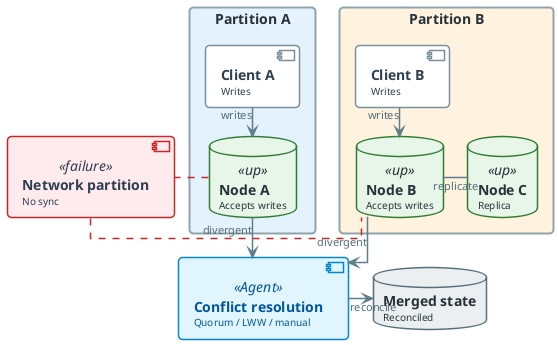
The PlantUML diagram diagrams/week02/week2_lecture_slide45_failure_partition.png in OrPerets/data-engineering-course, before a commit.
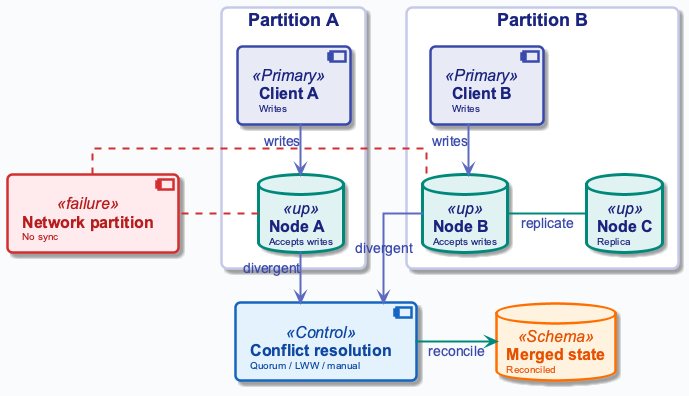
After the change.

What changed in the source:
```diff
@@ -1,150 +1,33 @@
 @startuml
+!include ../_template_styles.puml
+top to bottom direction
 
-top to bottom direction
-skinparam linetype ortho
-skinparam shadowing false
-skinparam roundcorner 8
-skinparam handwritten false
-skinparam nodesep 24
-skinparam ranksep 28
-
-skinparam defaultFontName "Segoe UI, Helvetica, sans-serif"
-skinparam defaultFontSize 16
-skinparam defaultFontColor #2C3E50
-
-skinparam rectangle {
-    BackgroundColor #F8F9FA
-    BorderColor #90A4AE
-    BorderThickness 2
-    FontColor #263238
-    FontSize 14
-    FontStyle bold
-    Padding 20
+rectangle "**Partition A**" #FFFFFF {
+    component "**Client A**\n<size:10>Writes</size>" as CA <<Primary>>
+    database "**Node A**\n<size:10>Accepts writes</size>" as NA <<up>>
+    CA -down[#5C6BC0,thickness=2]-> NA : <color:#3949AB>writes</color>
 }
 
-skinparam component {
-    BackgroundColor #FFFFFF
-    BorderColor #78909C
-    BorderThickness 1.5
-    FontSize 14
-    Padding 12
-}
-
-skinparam database {
-    BackgroundColor #ECEFF1
-    BorderColor #546E7A
-    BorderThickness 1.5
-    FontSize 14
-    FontColor #263238
-}
-
-skinparam arrow {
-    Color #607D8B
-    Thickness 1.5
-    FontSize 11
-    FontColor #546E7A
-}
-
-skinparam component<<UI>> {
-    BorderColor #8E24AA
-    BackgroundColor #F3E5F5
-    FontColor #4A148C
-}
-
-skinparam component<<Agent>> {
-    BorderColor #0288D1
-    BackgroundColor #E1F5FE
-    FontColor #01579B
-}
-
-skinparam component<<Tool>> {
-    BorderColor #2E7D32
-    BackgroundColor #E8F5E9
-    FontColor #1B5E20
-}
-
-skinparam component<<Config>> {
-    BorderColor #F57C00
-    BackgroundColor #FFF3E0
-    FontColor #E65100
-}
-
-skinparam component<<Bad>> {
-    BorderColor #C62828
-    BackgroundColor #FFEBEE
-    FontColor #B71C1C
-}
-
-skinparam component<<V1>> {
-    BorderColor #F57C00
-    BackgroundColor #FFF3E0
-    FontColor #E65100
-}
-
-skinparam component<<V2>> {
-    BorderColor #2E7D32
-    BackgroundColor #E8F5E9
-    FontColor #1B5E20
-}
-
-skinparam component<<up>> {
-    BackgroundColor #E8F5E9
-    BorderColor #2E7D32
-}
-
-skinparam component<<down>> {
-    BackgroundColor #FFEBEE
-    BorderColor #C62828
-}
-
-skinparam database<<up>> {
-    BackgroundColor #E8F5E9
-    BorderColor #2E7D32
-}
-
-skinparam database<<down>> {
-    BackgroundColor #FFEBEE
-    BorderColor #C62828
-}
-
-skinparam component<<success>> {
-    BackgroundColor #E8F5E9
-    BorderColor #2E7D32
-}
-
-skinparam component<<failure>> {
-    BackgroundColor #FFEBEE
-    BorderColor #C62828
-}
-
-
-
-rectangle "**Partition A**" #E3F2FD {
-    component "**Client A**\n<size:10>Writes</size>" as CA
-    database "**Node A**\n<size:10>Accepts writes</size>" as NA <<up>>
-    CA -down-> NA : "writes"
-}
-
-rectangle "**Partition B**" #FFF3E0 {
-    component "**Client B**\n<size:10>Writes</size>" as CB
+rectangle "**Partition B**" #FFFFFF {
+    component "**Client B**\n<size:10>Writes</size>" as CB <<Primary>>
     database "**Node B**\n<size:10>Accepts writes</size>" as NB <<up>>
     database "**Node C**\n<size:10>Replica</size>" as NC <<up>>
-    CB -down-> NB : "writes"
-    NB -right- NC : "replicate"
+    CB -down[#5C6BC0,thickness=2]-> NB : <color:#3949AB>writes</color>
+    NB -right[#00897B,thickness=2]- NC : <color:#3949AB>replicate</color>
 }
 
 component "**Network partition**\n<size:10>No sync</size>" as PART <<failure>>
 
 together {
-    component "**Conflict resolution**\n<size:10>Quorum / LWW / manual</size>" as RESOLVE <<Agent>>
-    database "**Merged state**\n<size:10>Reconciled</size>" as MERGED
+    component "**Conflict resolution**\n<size:10>Quorum / LWW / manual</size>" as RESOLVE <<Control>>
+    database "**Merged state**\n<size:10>Reconciled</size>" as MERGED <<Schema>>
 }
 
-NA -[#C62828]right.. PART
-NB -[#C62828]left.. PART
+NA -[#D32F2F,thickness=2]right.. PART
+NB -[#D32F2F,thickness=2]left.. PART
 
-NA -down-> RESOLVE : "divergent"
-NB -down-> RESOLVE : "divergent"
-RESOLVE -right-> MERGED : "reconcile"
+NA -down[#5C6BC0,thickness=2]-> RESOLVE : <color:#3949AB>divergent</color>
+NB -down[#5C6BC0,thickness=2]-> RESOLVE : <color:#3949AB>divergent</color>
+RESOLVE -right[#00897B,thickness=2]-> MERGED : <color:#3949AB>reconcile</color>
 
 @enduml
```
